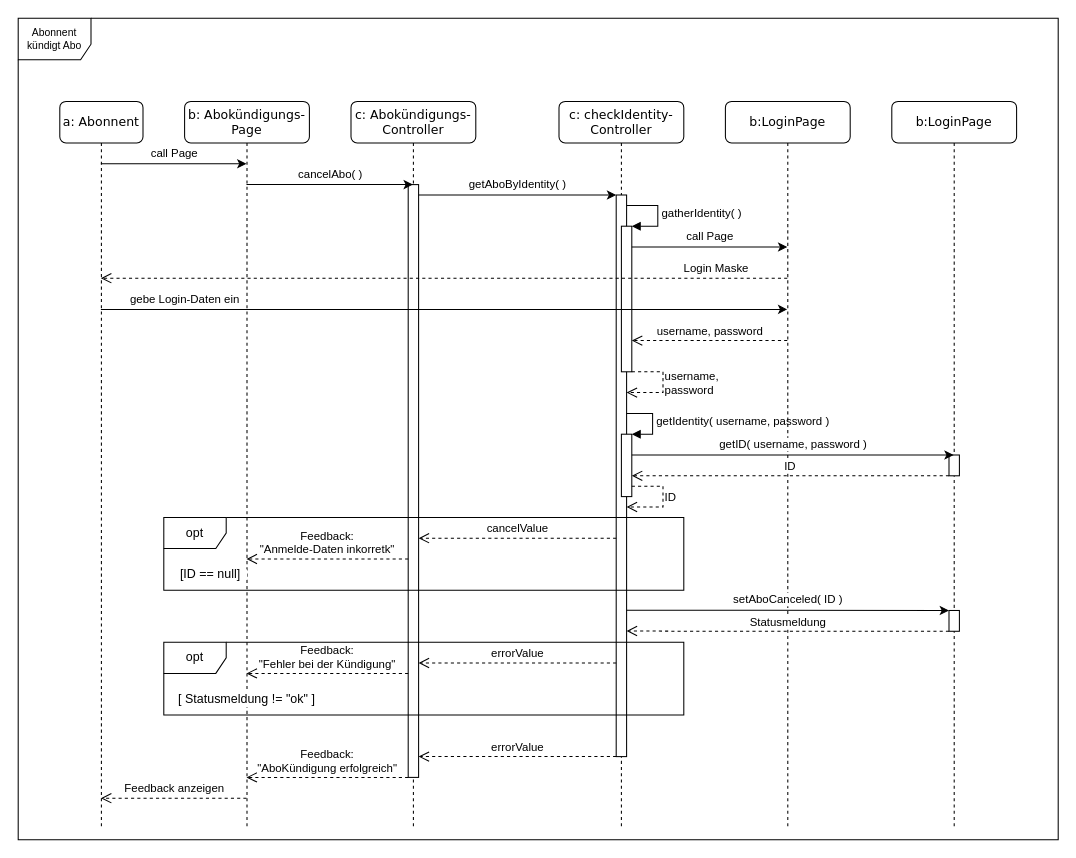
This is f(u)ml/Sequence_Diagrams/LaHMa-cancel_abo-sequence_diagram.drawio from Filsball/LaHMa_Carpark, a draw.io file, before an edit. Source tidied: cells renumbered, new cells numbered last; positions are measured from the earlier drawing's top-left corner, leaving out a move shared by most shapes. Both pictures are drawn from the tidied source at 104%, with x=0, y=0 at pixel (18, 18).
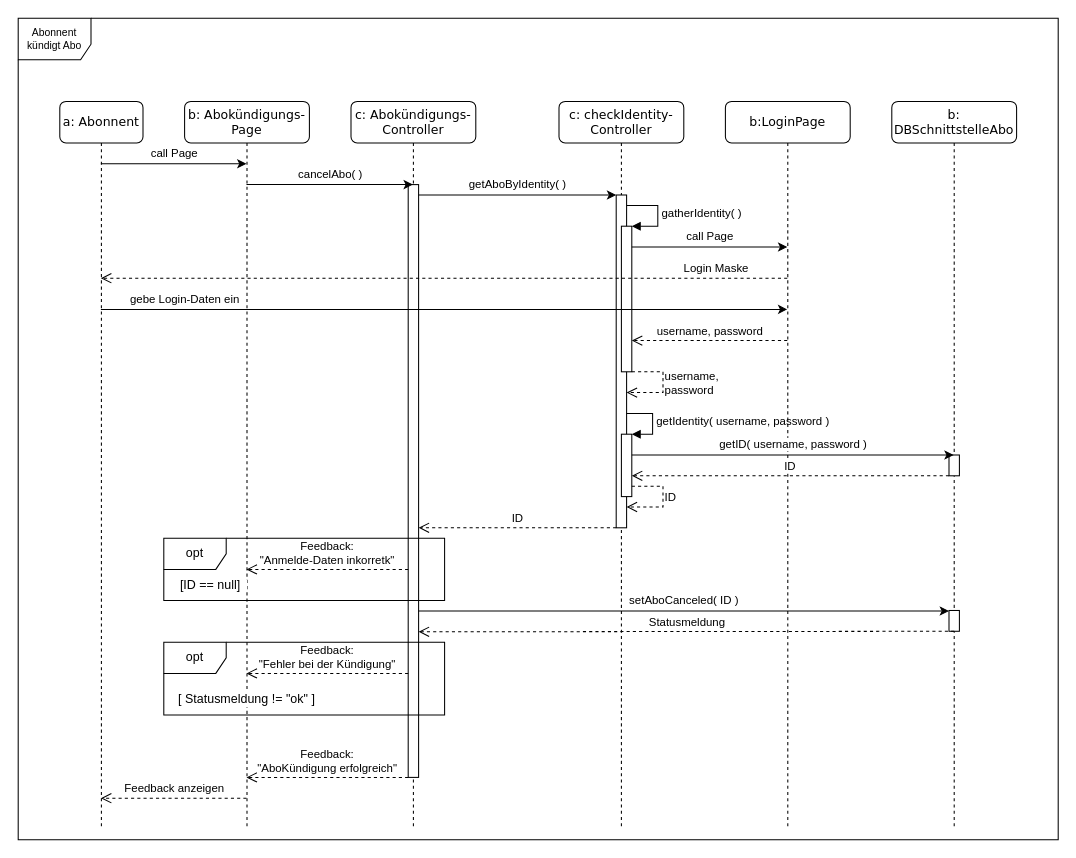
The same diagram, later.

The change refers to these unchanged cells:
```xml
<mxCell id="3" value="c: checkIdentity-Controller&lt;br&gt;" style="shape=umlLifeline;perimeter=lifelinePerimeter;whiteSpace=wrap;html=1;rounded=1;shadow=0;comic=0;labelBackgroundColor=none;strokeColor=#000000;strokeWidth=1;fillColor=#FFFFFF;fontFamily=Verdana;fontSize=12;fontColor=#000000;align=center;perimeterSpacing=0;glass=0;size=40;overflow=visible;noLabel=0;labelPadding=0;direction=east;fixDash=0;" parent="1" vertex="1">
  <mxGeometry x="520" y="80" width="120" height="700" as="geometry" />
</mxCell>
<mxCell id="11" value="b: Abokündigungs-Page" style="shape=umlLifeline;perimeter=lifelinePerimeter;whiteSpace=wrap;html=1;outlineConnect=0;rounded=1;shadow=0;comic=0;labelBackgroundColor=none;strokeColor=#000000;strokeWidth=1;fillColor=#FFFFFF;fontFamily=Verdana;fontSize=12;fontColor=#000000;align=center;size=40;" parent="1" vertex="1">
  <mxGeometry x="160" y="80" width="120" height="700" as="geometry" />
</mxCell>
<mxCell id="13" style="html=1;points=[];perimeter=orthogonalPerimeter;" parent="12" vertex="1">
  <mxGeometry x="55" y="80" width="10" height="570" as="geometry" />
</mxCell>
<mxCell id="18" style="html=1;points=[];perimeter=orthogonalPerimeter;" parent="16" vertex="1">
  <mxGeometry x="55" y="489.5" width="10" height="20" as="geometry" />
</mxCell>
```

Change to the diagram source:
```diff
@@
     <mxCell id="4" style="html=1;points=[];perimeter=orthogonalPerimeter;" parent="3" vertex="1">
-      <mxGeometry x="55" y="90" width="10" height="540" as="geometry" />
+      <mxGeometry x="55" y="90" width="10" height="320" as="geometry" />
     </mxCell>
@@
-    <mxCell id="16" value="b:LoginPage&lt;br&gt;" style="shape=umlLifeline;perimeter=lifelinePerimeter;whiteSpace=wrap;html=1;outlineConnect=0;rounded=1;shadow=0;comic=0;labelBackgroundColor=none;strokeColor=#000000;strokeWidth=1;fillColor=#FFFFFF;fontFamily=Verdana;fontSize=12;fontColor=#000000;align=center;size=40;" parent="1" vertex="1">
+    <mxCell id="16" value="b: DBSchnittstelleAbo&lt;br&gt;" style="shape=umlLifeline;perimeter=lifelinePerimeter;whiteSpace=wrap;html=1;outlineConnect=0;rounded=1;shadow=0;comic=0;labelBackgroundColor=none;strokeColor=#000000;strokeWidth=1;fillColor=#FFFFFF;fontFamily=Verdana;fontSize=12;fontColor=#000000;align=center;size=40;" parent="1" vertex="1">
       <mxGeometry x="840" y="80" width="120" height="700" as="geometry" />
     </mxCell>
@@
-    <mxCell id="28" value="cancelValue" style="html=1;verticalAlign=bottom;endArrow=open;dashed=1;endSize=8;align=center;edgeStyle=orthogonalEdgeStyle;" parent="1" edge="1" source="4" target="13">
+    <mxCell id="28" value="ID" style="html=1;verticalAlign=bottom;endArrow=open;dashed=1;endSize=8;align=center;edgeStyle=orthogonalEdgeStyle;" parent="1" edge="1" source="4" target="13">
       <mxGeometry relative="1" as="geometry">
         <Array as="points">
-          <mxPoint x="470" y="500" />
-          <mxPoint x="470" y="500" />
+          <mxPoint x="480" y="490" />
+          <mxPoint x="480" y="490" />
         </Array>
       </mxGeometry>
     </mxCell>
     <mxCell id="29" value="Feedback:&lt;br&gt;&quot;Anmelde-Daten inkorretk&quot;" style="html=1;verticalAlign=bottom;endArrow=open;dashed=1;endSize=8;align=center;edgeStyle=orthogonalEdgeStyle;" parent="1" edge="1" source="13" target="11">
       <mxGeometry relative="1" as="geometry">
         <Array as="points">
-          <mxPoint x="300" y="520" />
-          <mxPoint x="300" y="520" />
+          <mxPoint x="300" y="530" />
+          <mxPoint x="300" y="530" />
         </Array>
       </mxGeometry>
     </mxCell>
     <mxCell id="30" value="[ID == null]" style="text;html=1;strokeColor=none;fillColor=#ffffff;align=center;verticalAlign=middle;whiteSpace=wrap;rounded=0;" parent="1" vertex="1">
-      <mxGeometry x="150" y="530" width="70" height="10" as="geometry" />
+      <mxGeometry x="150" y="540" width="70" height="10" as="geometry" />
     </mxCell>
-    <mxCell id="31" value="setAboCanceled( ID )" style="endArrow=classic;html=1;edgeStyle=orthogonalEdgeStyle;" parent="1" edge="1" target="18">
+    <mxCell id="31" value="setAboCanceled( ID )" style="endArrow=classic;html=1;edgeStyle=orthogonalEdgeStyle;" parent="1" edge="1" source="13" target="18">
       <mxGeometry y="10" relative="1" as="geometry">
-        <mxPoint x="585" y="569.2" as="sourcePoint" />
         <Array as="points">
-          <mxPoint x="640" y="569.5" />
-          <mxPoint x="640" y="569.5" />
+          <mxPoint x="640" y="570" />
+          <mxPoint x="640" y="570" />
         </Array>
       </mxGeometry>
     </mxCell>
-    <mxCell id="32" value="Statusmeldung" style="html=1;verticalAlign=bottom;endArrow=open;dashed=1;endSize=8;align=center;edgeStyle=orthogonalEdgeStyle;" parent="1" edge="1" source="18">
+    <mxCell id="32" value="Statusmeldung" style="html=1;verticalAlign=bottom;endArrow=open;dashed=1;endSize=8;align=center;edgeStyle=orthogonalEdgeStyle;" parent="1" edge="1" source="18" target="13">
       <mxGeometry relative="1" as="geometry">
-        <mxPoint x="585" y="589.2" as="targetPoint" />
         <Array as="points">
-          <mxPoint x="660" y="589.5" />
-          <mxPoint x="660" y="589.5" />
+          <mxPoint x="900" y="590" />
         </Array>
       </mxGeometry>
     </mxCell>
-    <mxCell id="33" value="errorValue" style="html=1;verticalAlign=bottom;endArrow=open;dashed=1;endSize=8;align=center;edgeStyle=orthogonalEdgeStyle;" parent="1" edge="1" source="4" target="13">
-      <mxGeometry relative="1" as="geometry">
-        <Array as="points">
-          <mxPoint x="480" y="620" />
-          <mxPoint x="480" y="620" />
-        </Array>
-      </mxGeometry>
-    </mxCell>
@@
-    <mxCell id="35" value="errorValue" style="html=1;verticalAlign=bottom;endArrow=open;dashed=1;endSize=8;align=center;edgeStyle=orthogonalEdgeStyle;" parent="1" edge="1" source="4" target="13">
-      <mxGeometry relative="1" as="geometry">
-        <Array as="points">
-          <mxPoint x="460" y="710" />
-          <mxPoint x="460" y="710" />
-        </Array>
-      </mxGeometry>
-    </mxCell>
@@
-    <mxCell id="37" value="opt" style="shape=umlFrame;whiteSpace=wrap;html=1;" parent="1" vertex="1">
-      <mxGeometry x="140" y="480" width="500" height="70" as="geometry" />
-    </mxCell>
@@
+    <mxCell id="37" value="opt" style="shape=umlFrame;whiteSpace=wrap;html=1;" parent="1" vertex="1">
+      <mxGeometry x="140" y="500" width="270" height="60" as="geometry" />
+    </mxCell>
     <mxCell id="40" value="opt" style="shape=umlFrame;whiteSpace=wrap;html=1;" parent="1" vertex="1">
-      <mxGeometry x="140" y="600" width="500" height="70" as="geometry" />
+      <mxGeometry x="140" y="600" width="270" height="70" as="geometry" />
     </mxCell>
```
